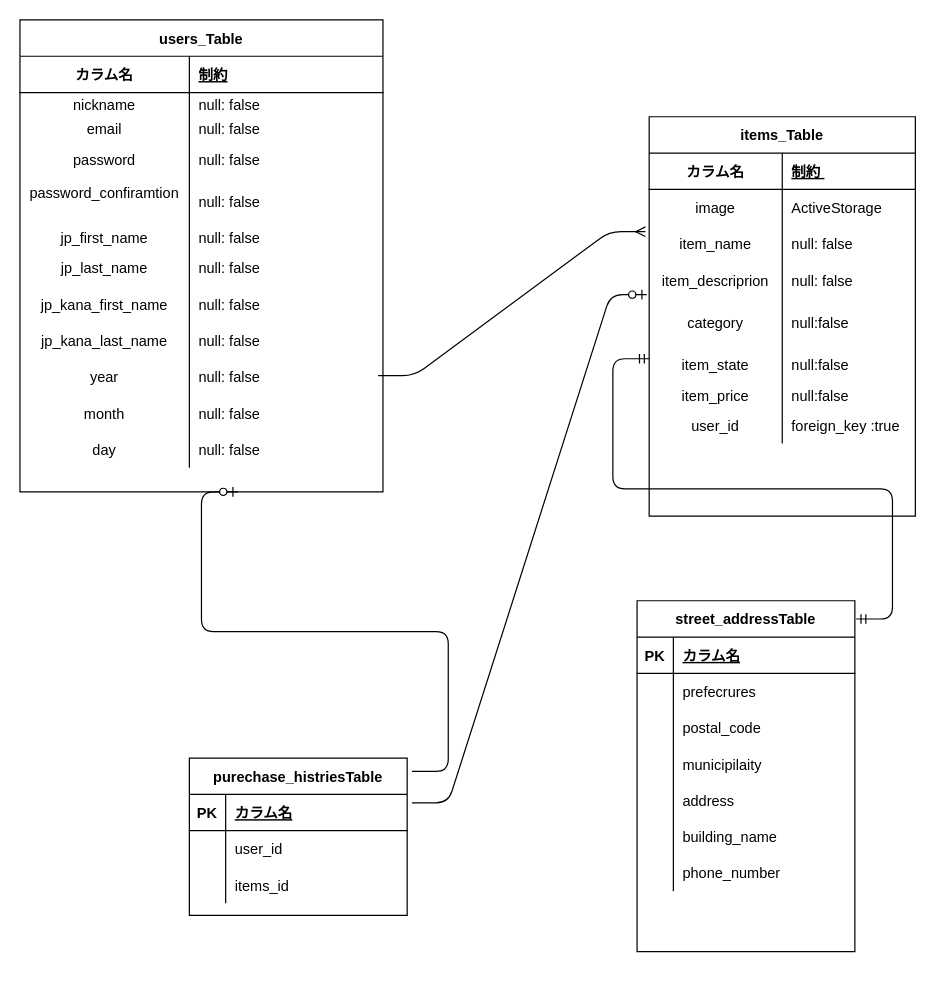
The draw.io diagram furimaDB.dio in mizukiokumura/furima-33989, before the edit. Source tidied: cells renumbered, new cells numbered last; positions are measured from the earlier drawing's top-left corner, leaving out a move shared by most shapes. Both pictures are drawn from the tidied source at 121%, with x=0, y=0 at pixel (19, 19).
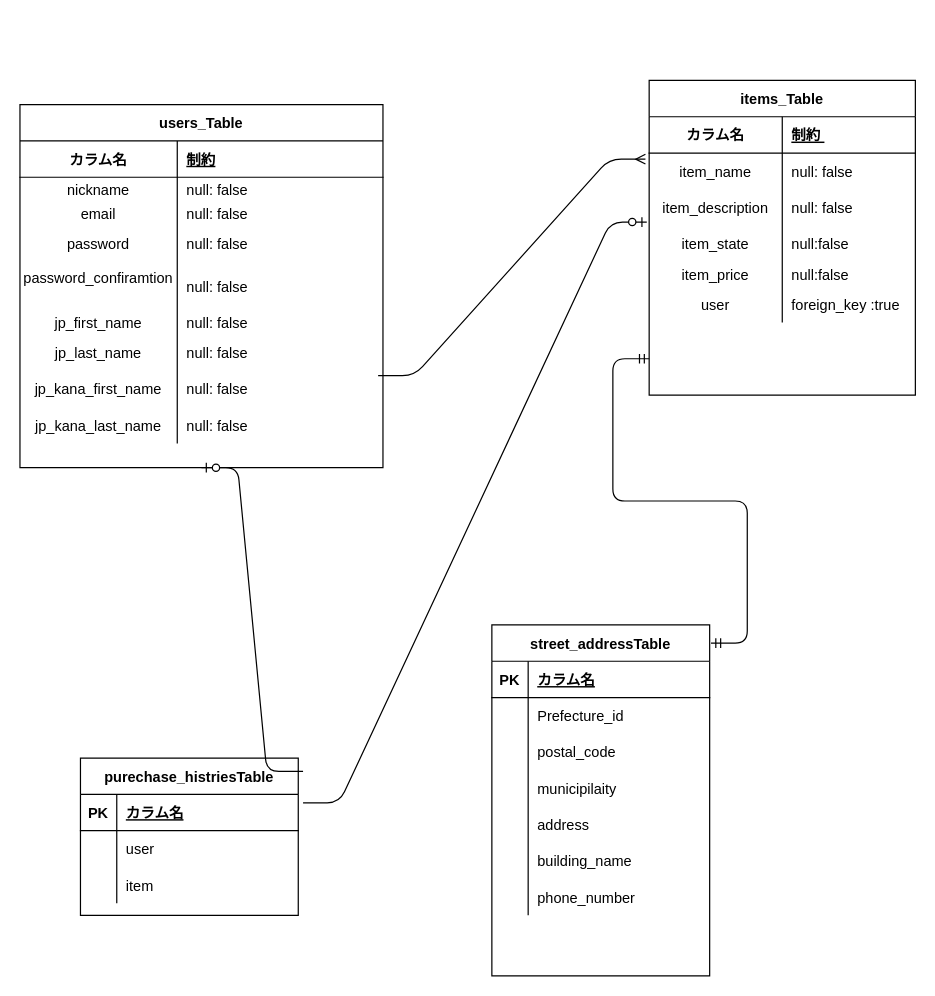
After the change.

Unchanged cells that the change refers to:
```xml
<mxCell id="3" style="shape=partialRectangle;fillColor=none;top=0;left=0;bottom=1;right=0;" parent="2" vertex="1">
  <mxGeometry y="30" width="300" height="30" as="geometry" />
</mxCell>
<mxCell id="6" style="shape=partialRectangle;fillColor=none;top=0;left=0;bottom=0;right=0;" parent="2" vertex="1">
  <mxGeometry y="60" width="300" height="20" as="geometry" />
</mxCell>
<mxCell id="9" style="shape=partialRectangle;fillColor=none;top=0;left=0;bottom=0;right=0;" parent="2" vertex="1">
  <mxGeometry y="80" width="300" height="20" as="geometry" />
</mxCell>
<mxCell id="12" style="shape=partialRectangle;fillColor=none;top=0;left=0;bottom=0;right=0;" parent="2" vertex="1">
  <mxGeometry y="100" width="300" height="30" as="geometry" />
</mxCell>
<mxCell id="15" style="shape=partialRectangle;fillColor=none;top=0;left=0;bottom=0;right=0;" parent="2" vertex="1">
  <mxGeometry y="130" width="300" height="40" as="geometry" />
</mxCell>
<mxCell id="18" style="shape=partialRectangle;fillColor=none;top=0;left=0;bottom=0;right=0;" parent="2" vertex="1">
  <mxGeometry y="170" width="300" height="20" as="geometry" />
</mxCell>
<mxCell id="21" style="shape=partialRectangle;fillColor=none;top=0;left=0;bottom=0;right=0;" parent="2" vertex="1">
  <mxGeometry y="190" width="300" height="30" as="geometry" />
</mxCell>
<mxCell id="24" style="shape=partialRectangle;fillColor=none;top=0;left=0;bottom=0;right=0;" parent="2" vertex="1">
  <mxGeometry y="220" width="300" height="30" as="geometry" />
</mxCell>
<mxCell id="27" style="shape=partialRectangle;fillColor=none;top=0;left=0;bottom=0;right=0;" parent="2" vertex="1">
  <mxGeometry y="250" width="300" height="30" as="geometry" />
</mxCell>
<mxCell id="69" style="shape=partialRectangle;fillColor=none;top=0;left=0;bottom=0;right=0;" parent="65" vertex="1">
  <mxGeometry y="60" width="180" height="30" as="geometry" />
</mxCell>
<mxCell id="92" style="shape=partialRectangle;fillColor=none;top=0;left=0;bottom=0;right=0;" parent="88" vertex="1">
  <mxGeometry y="60" width="180" height="30" as="geometry" />
</mxCell>
<mxCell id="95" style="shape=partialRectangle;fillColor=none;top=0;left=0;bottom=0;right=0;" parent="88" vertex="1">
  <mxGeometry y="90" width="180" height="30" as="geometry" />
</mxCell>
```

The edit, as a diff of the source:
```diff
@@
     <mxCell id="2" value="users_Table" style="shape=table;startSize=30;childLayout=tableLayout;rowLines=0;fontStyle=1;align=center;" parent="1" vertex="1">
-      <mxGeometry width="300" height="390" as="geometry" />
+      <mxGeometry y="70" width="300" height="300" as="geometry" />
     </mxCell>
@@
     <mxCell id="4" value="カラム名" style="shape=partialRectangle;fillColor=none;top=0;left=0;bottom=0;right=0;fontStyle=1;overflow=hidden;" parent="3" vertex="1">
-      <mxGeometry width="140" height="30" as="geometry" />
+      <mxGeometry width="130" height="30" as="geometry" />
     </mxCell>
     <mxCell id="5" value="制約" style="shape=partialRectangle;fillColor=none;top=0;left=0;bottom=0;right=0;align=left;spacingLeft=6;fontStyle=5;overflow=hidden;" parent="3" vertex="1">
-      <mxGeometry x="140" width="160" height="30" as="geometry" />
+      <mxGeometry x="130" width="170" height="30" as="geometry" />
     </mxCell>
@@
     <mxCell id="7" value="nickname" style="shape=partialRectangle;fillColor=none;top=0;left=0;bottom=0;right=0;overflow=hidden;" parent="6" vertex="1">
-      <mxGeometry width="140" height="20" as="geometry" />
+      <mxGeometry width="130" height="20" as="geometry" />
     </mxCell>
     <mxCell id="8" value="null: false" style="shape=partialRectangle;fillColor=none;top=0;left=0;bottom=0;right=0;align=left;spacingLeft=6;overflow=hidden;" parent="6" vertex="1">
-      <mxGeometry x="140" width="160" height="20" as="geometry" />
+      <mxGeometry x="130" width="170" height="20" as="geometry" />
     </mxCell>
@@
     <mxCell id="10" value="email" style="shape=partialRectangle;fillColor=none;top=0;left=0;bottom=0;right=0;overflow=hidden;" parent="9" vertex="1">
-      <mxGeometry width="140" height="20" as="geometry" />
+      <mxGeometry width="130" height="20" as="geometry" />
     </mxCell>
     <mxCell id="11" value="null: false" style="shape=partialRectangle;fillColor=none;top=0;left=0;bottom=0;right=0;align=left;spacingLeft=6;overflow=hidden;" parent="9" vertex="1">
-      <mxGeometry x="140" width="160" height="20" as="geometry" />
+      <mxGeometry x="130" width="170" height="20" as="geometry" />
     </mxCell>
@@
     <mxCell id="13" value="password" style="shape=partialRectangle;fillColor=none;top=0;left=0;bottom=0;right=0;overflow=hidden;" parent="12" vertex="1">
-      <mxGeometry width="140" height="30" as="geometry" />
+      <mxGeometry width="130" height="30" as="geometry" />
     </mxCell>
     <mxCell id="14" value="null: false" style="shape=partialRectangle;fillColor=none;top=0;left=0;bottom=0;right=0;align=left;spacingLeft=6;overflow=hidden;" parent="12" vertex="1">
-      <mxGeometry x="140" width="160" height="30" as="geometry" />
+      <mxGeometry x="130" width="170" height="30" as="geometry" />
     </mxCell>
@@
     <mxCell id="16" value="password_confiramtion&#10;" style="shape=partialRectangle;fillColor=none;top=0;left=0;bottom=0;right=0;fontStyle=0;overflow=hidden;" parent="15" vertex="1">
-      <mxGeometry width="140" height="40" as="geometry" />
+      <mxGeometry width="130" height="40" as="geometry" />
     </mxCell>
     <mxCell id="17" value="null: false" style="shape=partialRectangle;fillColor=none;top=0;left=0;bottom=0;right=0;align=left;spacingLeft=6;fontStyle=0;overflow=hidden;" parent="15" vertex="1">
-      <mxGeometry x="140" width="160" height="40" as="geometry" />
+      <mxGeometry x="130" width="170" height="40" as="geometry" />
     </mxCell>
@@
     <mxCell id="19" value="jp_first_name" style="shape=partialRectangle;fillColor=none;top=0;left=0;bottom=0;right=0;overflow=hidden;" parent="18" vertex="1">
-      <mxGeometry width="140" height="20" as="geometry" />
+      <mxGeometry width="130" height="20" as="geometry" />
     </mxCell>
     <mxCell id="20" value="null: false" style="shape=partialRectangle;fillColor=none;top=0;left=0;bottom=0;right=0;align=left;spacingLeft=6;overflow=hidden;" parent="18" vertex="1">
-      <mxGeometry x="140" width="160" height="20" as="geometry" />
+      <mxGeometry x="130" width="170" height="20" as="geometry" />
     </mxCell>
@@
     <mxCell id="22" value="jp_last_name" style="shape=partialRectangle;fillColor=none;top=0;left=0;bottom=0;right=0;fontStyle=0;overflow=hidden;" parent="21" vertex="1">
-      <mxGeometry width="140" height="30" as="geometry" />
+      <mxGeometry width="130" height="30" as="geometry" />
     </mxCell>
     <mxCell id="23" value="null: false" style="shape=partialRectangle;fillColor=none;top=0;left=0;bottom=0;right=0;align=left;spacingLeft=6;fontStyle=0;overflow=hidden;" parent="21" vertex="1">
-      <mxGeometry x="140" width="160" height="30" as="geometry" />
+      <mxGeometry x="130" width="170" height="30" as="geometry" />
     </mxCell>
@@
     <mxCell id="25" value="jp_kana_first_name" style="shape=partialRectangle;fillColor=none;top=0;left=0;bottom=0;right=0;fontStyle=0;overflow=hidden;" parent="24" vertex="1">
-      <mxGeometry width="140" height="30" as="geometry" />
+      <mxGeometry width="130" height="30" as="geometry" />
     </mxCell>
     <mxCell id="26" value="null: false" style="shape=partialRectangle;fillColor=none;top=0;left=0;bottom=0;right=0;align=left;spacingLeft=6;fontStyle=0;overflow=hidden;" parent="24" vertex="1">
-      <mxGeometry x="140" width="160" height="30" as="geometry" />
+      <mxGeometry x="130" width="170" height="30" as="geometry" />
     </mxCell>
@@
     <mxCell id="28" value="jp_kana_last_name" style="shape=partialRectangle;fillColor=none;top=0;left=0;bottom=0;right=0;fontStyle=0;overflow=hidden;" parent="27" vertex="1">
-      <mxGeometry width="140" height="30" as="geometry" />
+      <mxGeometry width="130" height="30" as="geometry" />
     </mxCell>
     <mxCell id="29" value="null: false" style="shape=partialRectangle;fillColor=none;top=0;left=0;bottom=0;right=0;align=left;spacingLeft=6;fontStyle=0;overflow=hidden;" parent="27" vertex="1">
-      <mxGeometry x="140" width="160" height="30" as="geometry" />
+      <mxGeometry x="130" width="170" height="30" as="geometry" />
     </mxCell>
-    <mxCell id="30" style="shape=partialRectangle;fillColor=none;top=0;left=0;bottom=0;right=0;" parent="2" vertex="1">
-      <mxGeometry y="280" width="300" height="30" as="geometry" />
-    </mxCell>
-    <mxCell id="31" value="year" style="shape=partialRectangle;fillColor=none;top=0;left=0;bottom=0;right=0;fontStyle=0;overflow=hidden;" parent="30" vertex="1">
-      <mxGeometry width="140" height="30" as="geometry" />
-    </mxCell>
-    <mxCell id="32" value="null: false" style="shape=partialRectangle;fillColor=none;top=0;left=0;bottom=0;right=0;align=left;spacingLeft=6;fontStyle=0;overflow=hidden;" parent="30" vertex="1">
-      <mxGeometry x="140" width="160" height="30" as="geometry" />
-    </mxCell>
-    <mxCell id="33" style="shape=partialRectangle;fillColor=none;top=0;left=0;bottom=0;right=0;" parent="2" vertex="1">
-      <mxGeometry y="310" width="300" height="30" as="geometry" />
-    </mxCell>
-    <mxCell id="34" value="month" style="shape=partialRectangle;fillColor=none;top=0;left=0;bottom=0;right=0;fontStyle=0;overflow=hidden;" parent="33" vertex="1">
-      <mxGeometry width="140" height="30" as="geometry" />
-    </mxCell>
-    <mxCell id="35" value="null: false" style="shape=partialRectangle;fillColor=none;top=0;left=0;bottom=0;right=0;align=left;spacingLeft=6;fontStyle=0;overflow=hidden;" parent="33" vertex="1">
-      <mxGeometry x="140" width="160" height="30" as="geometry" />
-    </mxCell>
-    <mxCell id="36" style="shape=partialRectangle;fillColor=none;top=0;left=0;bottom=0;right=0;" parent="2" vertex="1">
-      <mxGeometry y="340" width="300" height="30" as="geometry" />
-    </mxCell>
-    <mxCell id="37" value="day" style="shape=partialRectangle;fillColor=none;top=0;left=0;bottom=0;right=0;fontStyle=0;overflow=hidden;" parent="36" vertex="1">
-      <mxGeometry width="140" height="30" as="geometry" />
-    </mxCell>
-    <mxCell id="38" value="null: false" style="shape=partialRectangle;fillColor=none;top=0;left=0;bottom=0;right=0;align=left;spacingLeft=6;fontStyle=0;overflow=hidden;" parent="36" vertex="1">
-      <mxGeometry x="140" width="160" height="30" as="geometry" />
-    </mxCell>
     <mxCell id="39" value="items_Table" style="shape=table;startSize=30;childLayout=tableLayout;rowLines=0;fontStyle=1;align=center;" parent="1" vertex="1">
-      <mxGeometry x="520" y="80" width="220" height="330" as="geometry" />
+      <mxGeometry x="520" y="50" width="220" height="260" as="geometry" />
     </mxCell>
@@
-    <mxCell id="43" style="shape=partialRectangle;fillColor=none;top=0;left=0;bottom=0;right=0;" parent="39" vertex="1">
-      <mxGeometry y="60" width="220" height="30" as="geometry" />
-    </mxCell>
-    <mxCell id="44" value="image" style="shape=partialRectangle;fillColor=none;top=0;left=0;bottom=0;right=0;overflow=hidden;" parent="43" vertex="1">
-      <mxGeometry width="110" height="30" as="geometry" />
-    </mxCell>
-    <mxCell id="45" value="ActiveStorage" style="shape=partialRectangle;fillColor=none;top=0;left=0;bottom=0;right=0;align=left;spacingLeft=6;overflow=hidden;" parent="43" vertex="1">
-      <mxGeometry x="110" width="110" height="30" as="geometry" />
-    </mxCell>
     <mxCell id="46" style="shape=partialRectangle;fillColor=none;top=0;left=0;bottom=0;right=0;points=[[0,0.5],[1,0.5]];portConstraint=eastwest;" parent="39" vertex="1">
-      <mxGeometry y="90" width="220" height="30" as="geometry" />
+      <mxGeometry y="60" width="220" height="30" as="geometry" />
     </mxCell>
@@
     <mxCell id="49" style="shape=partialRectangle;fillColor=none;top=0;left=0;bottom=0;right=0;points=[[0,0.5],[1,0.5]];portConstraint=eastwest;" parent="39" vertex="1">
-      <mxGeometry y="120" width="220" height="30" as="geometry" />
+      <mxGeometry y="90" width="220" height="30" as="geometry" />
     </mxCell>
-    <mxCell id="50" value="item_descriprion" style="shape=partialRectangle;fillColor=none;top=0;left=0;bottom=0;right=0;overflow=hidden;" parent="49" vertex="1">
+    <mxCell id="50" value="item_description" style="shape=partialRectangle;fillColor=none;top=0;left=0;bottom=0;right=0;overflow=hidden;" parent="49" vertex="1">
       <mxGeometry width="110" height="30" as="geometry" />
     </mxCell>
@@
-    <mxCell id="52" style="shape=partialRectangle;fillColor=none;top=0;left=0;bottom=0;right=0;" parent="39" vertex="1">
-      <mxGeometry y="150" width="220" height="40" as="geometry" />
-    </mxCell>
-    <mxCell id="53" value="category" style="shape=partialRectangle;fillColor=none;top=0;left=0;bottom=0;right=0;overflow=hidden;" parent="52" vertex="1">
-      <mxGeometry width="110" height="40" as="geometry" />
-    </mxCell>
-    <mxCell id="54" value="null:false" style="shape=partialRectangle;fillColor=none;top=0;left=0;bottom=0;right=0;align=left;spacingLeft=6;overflow=hidden;" parent="52" vertex="1">
-      <mxGeometry x="110" width="110" height="40" as="geometry" />
-    </mxCell>
     <mxCell id="55" style="shape=partialRectangle;fillColor=none;top=0;left=0;bottom=0;right=0;" parent="39" vertex="1">
-      <mxGeometry y="190" width="220" height="30" as="geometry" />
+      <mxGeometry y="120" width="220" height="30" as="geometry" />
     </mxCell>
@@
     <mxCell id="58" style="shape=partialRectangle;fillColor=none;top=0;left=0;bottom=0;right=0;" parent="39" vertex="1">
-      <mxGeometry y="220" width="220" height="20" as="geometry" />
+      <mxGeometry y="150" width="220" height="20" as="geometry" />
     </mxCell>
@@
     <mxCell id="61" style="shape=partialRectangle;fillColor=none;top=0;left=0;bottom=0;right=0;" parent="39" vertex="1">
-      <mxGeometry y="240" width="220" height="30" as="geometry" />
+      <mxGeometry y="170" width="220" height="30" as="geometry" />
     </mxCell>
-    <mxCell id="62" value="user_id" style="shape=partialRectangle;fillColor=none;top=0;left=0;bottom=0;right=0;overflow=hidden;" parent="61" vertex="1">
+    <mxCell id="62" value="user" style="shape=partialRectangle;fillColor=none;top=0;left=0;bottom=0;right=0;overflow=hidden;" parent="61" vertex="1">
       <mxGeometry width="110" height="30" as="geometry" />
     </mxCell>
@@
     <mxCell id="65" value="street_addressTable" style="shape=table;startSize=30;childLayout=tableLayout;rowLines=0;fontStyle=1;align=center;" parent="1" vertex="1">
-      <mxGeometry x="510" y="480" width="180" height="290" as="geometry" />
+      <mxGeometry x="390" y="500" width="180" height="290" as="geometry" />
     </mxCell>
@@
-    <mxCell id="71" value="prefecrures" style="shape=partialRectangle;fillColor=none;top=0;left=0;bottom=0;right=0;align=left;spacingLeft=6;overflow=hidden;" parent="69" vertex="1">
+    <mxCell id="71" value="Prefecture_id" style="shape=partialRectangle;fillColor=none;top=0;left=0;bottom=0;right=0;align=left;spacingLeft=6;overflow=hidden;" parent="69" vertex="1">
       <mxGeometry x="30" width="150" height="30" as="geometry" />
     </mxCell>
@@
     <mxCell id="88" value="purechase_histriesTable" style="shape=table;startSize=30;childLayout=tableLayout;rowLines=0;fontStyle=1;align=center;" parent="1" vertex="1">
-      <mxGeometry x="140" y="610" width="180" height="130" as="geometry" />
+      <mxGeometry x="50" y="610" width="180" height="130" as="geometry" />
     </mxCell>
@@
-    <mxCell id="94" value="user_id" style="shape=partialRectangle;fillColor=none;top=0;left=0;bottom=0;right=0;align=left;spacingLeft=6;overflow=hidden;" parent="92" vertex="1">
+    <mxCell id="94" value="user" style="shape=partialRectangle;fillColor=none;top=0;left=0;bottom=0;right=0;align=left;spacingLeft=6;overflow=hidden;" parent="92" vertex="1">
       <mxGeometry x="30" width="150" height="30" as="geometry" />
     </mxCell>
@@
-    <mxCell id="97" value="items_id" style="shape=partialRectangle;fillColor=none;top=0;left=0;bottom=0;right=0;align=left;spacingLeft=6;overflow=hidden;" parent="95" vertex="1">
+    <mxCell id="97" value="item" style="shape=partialRectangle;fillColor=none;top=0;left=0;bottom=0;right=0;align=left;spacingLeft=6;overflow=hidden;" parent="95" vertex="1">
       <mxGeometry x="30" width="150" height="30" as="geometry" />
     </mxCell>
-    <mxCell id="98" style="edgeStyle=entityRelationEdgeStyle;fontSize=12;html=1;endArrow=ERzeroToOne;endFill=1;exitX=1.022;exitY=0.085;exitDx=0;exitDy=0;exitPerimeter=0;" parent="1" edge="1" source="88">
-      <mxGeometry relative="1" as="geometry">
-        <mxPoint x="180" y="390" as="targetPoint" />
-      </mxGeometry>
+    <mxCell id="98" style="edgeStyle=entityRelationEdgeStyle;fontSize=12;html=1;endArrow=ERzeroToOne;endFill=1;exitX=1.022;exitY=0.085;exitDx=0;exitDy=0;exitPerimeter=0;entryX=0.5;entryY=1;entryDx=0;entryDy=0;" parent="1" edge="1" source="88" target="2">
+      <mxGeometry relative="1" as="geometry" />
     </mxCell>
```
